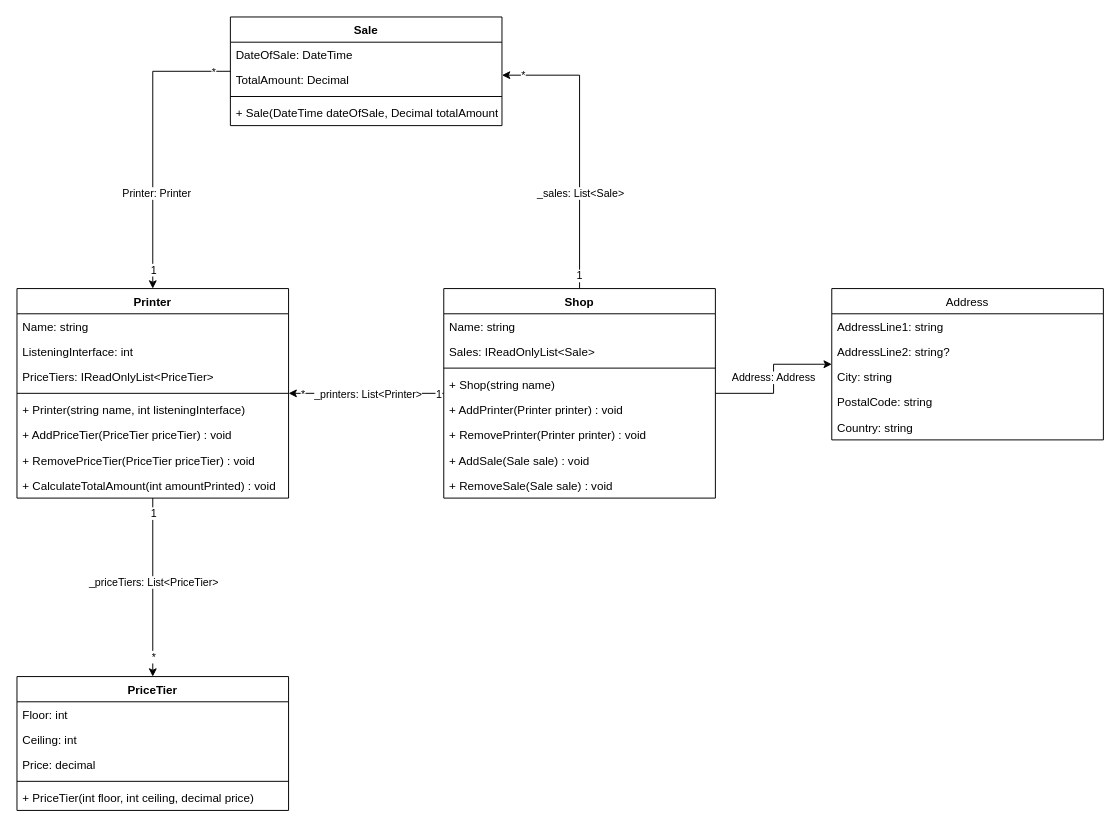
Before: documentation/BP-POC_ClassDiagram.drawio in TheCosyRedKoala/BP-POC, a draw.io diagram. Source tidied: cells renumbered, new cells numbered last; positions are measured from the earlier drawing's top-left corner, leaving out a move shared by most shapes. Both pictures are drawn from the tidied source at 97%, with x=0, y=0 at pixel (16, 16).
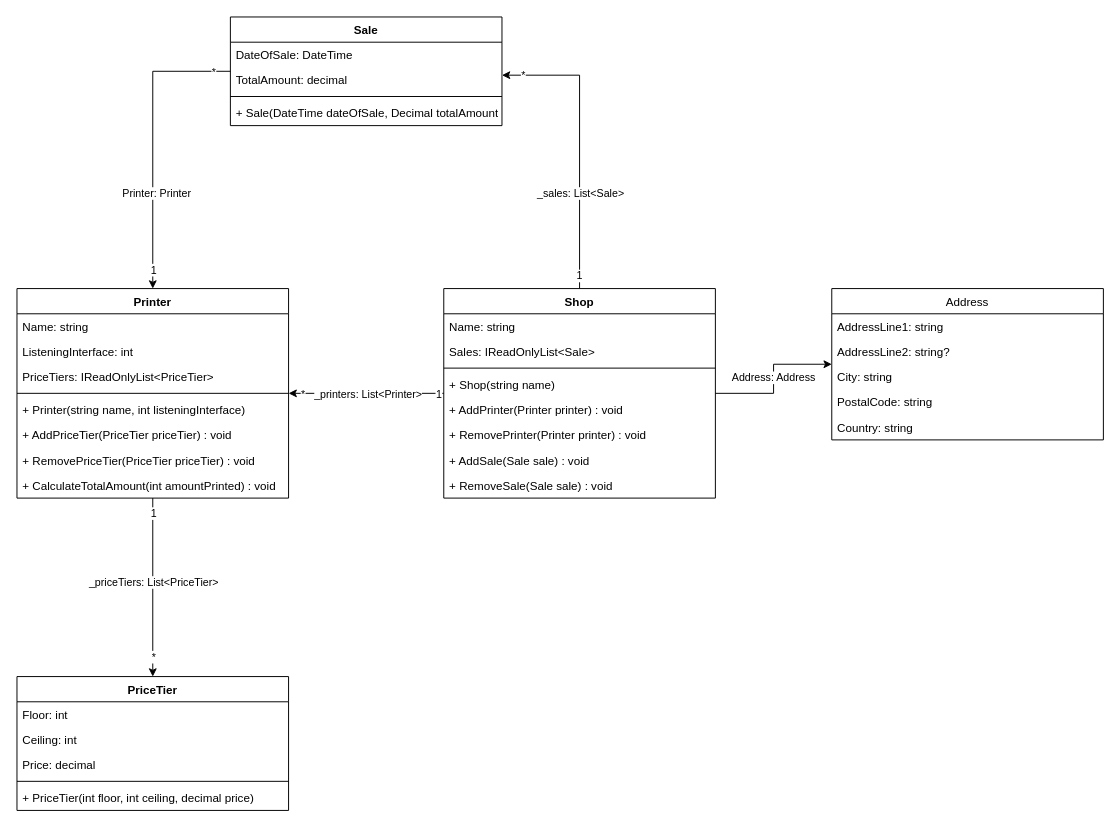
After the change.

Commit message:
Adjusted property type name

Unchanged cells that the change refers to:
```xml
<mxCell id="44" value="Sale" style="swimlane;fontStyle=1;align=center;verticalAlign=top;horizontal=1;startSize=26;" parent="1" vertex="1">
  <mxGeometry x="220" width="280" height="112" as="geometry" />
</mxCell>
```

Change to the diagram source:
```diff
@@
-    <mxCell id="46" value="TotalAmount: Decimal" style="text;strokeColor=none;fillColor=none;align=left;verticalAlign=top;spacingLeft=4;spacingRight=4;overflow=hidden;" parent="44" vertex="1">
+    <mxCell id="46" value="TotalAmount: decimal" style="text;strokeColor=none;fillColor=none;align=left;verticalAlign=top;spacingLeft=4;spacingRight=4;overflow=hidden;" parent="44" vertex="1">
       <mxGeometry y="52" width="280" height="26" as="geometry" />
     </mxCell>
```
